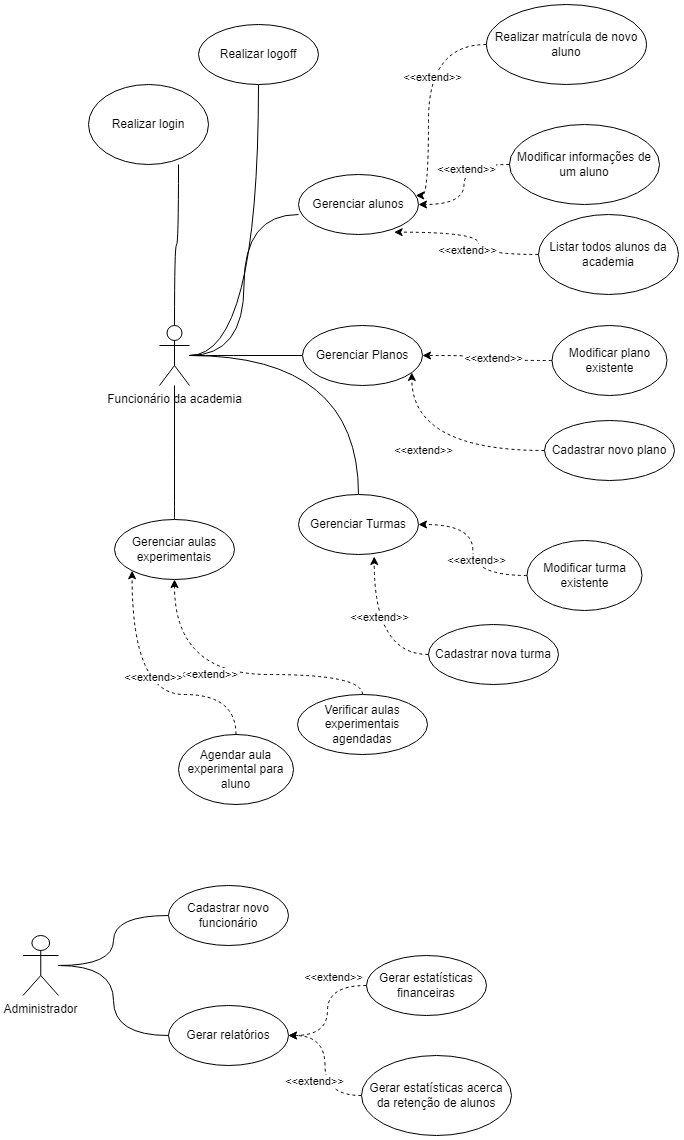
The draw.io diagram Analise/2.2-MCU/mcu-diagrama.png in lucamartins/ufg-ps-sga, before a commit. Source tidied: cells renumbered, new cells last; positions are measured from the earlier drawing's top-left corner, leaving out a move shared by most shapes. Its diagram source:
```xml
<mxGraphModel>
  <root>
    <mxCell id="0" />
    <mxCell id="1" parent="0" />
    <mxCell id="2" style="edgeStyle=orthogonalEdgeStyle;curved=1;rounded=0;jettySize=auto;html=1;entryX=0.75;entryY=1;entryDx=0;entryDy=0;entryPerimeter=0;endArrow=none;endFill=0;" parent="1" edge="1" source="7" target="8">
      <mxGeometry relative="1" as="geometry" />
    </mxCell>
    <mxCell id="3" style="edgeStyle=orthogonalEdgeStyle;curved=1;rounded=0;jettySize=auto;html=1;entryX=0.5;entryY=1;entryDx=0;entryDy=0;endArrow=none;endFill=0;" parent="1" edge="1" source="7" target="33">
      <mxGeometry relative="1" as="geometry" />
    </mxCell>
    <mxCell id="4" style="edgeStyle=orthogonalEdgeStyle;curved=1;rounded=0;jettySize=auto;html=1;entryX=0;entryY=0.667;entryDx=0;entryDy=0;entryPerimeter=0;endArrow=none;endFill=0;" parent="1" edge="1" source="7" target="9">
      <mxGeometry relative="1" as="geometry" />
    </mxCell>
    <mxCell id="5" style="edgeStyle=orthogonalEdgeStyle;curved=1;rounded=0;jettySize=auto;html=1;entryX=0;entryY=0.5;entryDx=0;entryDy=0;endArrow=none;endFill=0;" parent="1" edge="1" source="7" target="19">
      <mxGeometry relative="1" as="geometry" />
    </mxCell>
    <mxCell id="6" style="edgeStyle=orthogonalEdgeStyle;curved=1;rounded=0;jettySize=auto;html=1;endArrow=none;endFill=0;" parent="1" edge="1" source="7" target="26">
      <mxGeometry relative="1" as="geometry" />
    </mxCell>
    <mxCell id="7" value="Funcionário da academia" style="shape=umlActor;verticalLabelPosition=bottom;verticalAlign=top;html=1;outlineConnect=0;" parent="1" vertex="1">
      <mxGeometry x="137" y="321" width="30" height="60" as="geometry" />
    </mxCell>
    <mxCell id="8" value="Realizar login" style="ellipse;whiteSpace=wrap;html=1;" parent="1" vertex="1">
      <mxGeometry x="66" y="80" width="120" height="80" as="geometry" />
    </mxCell>
    <mxCell id="9" value="Gerenciar alunos" style="ellipse;whiteSpace=wrap;html=1;" parent="1" vertex="1">
      <mxGeometry x="276" y="170" width="120" height="60" as="geometry" />
    </mxCell>
    <mxCell id="10" style="edgeStyle=orthogonalEdgeStyle;curved=1;rounded=0;jettySize=auto;html=1;exitX=0;exitY=0.5;exitDx=0;exitDy=0;dashed=1;" parent="1" edge="1" source="12" target="9">
      <mxGeometry relative="1" as="geometry">
        <Array as="points">
          <mxPoint x="406" y="191" />
        </Array>
      </mxGeometry>
    </mxCell>
    <mxCell id="11" value="&amp;lt;&amp;lt;extend&amp;gt;&amp;gt;" style="edgeLabel;html=1;align=center;verticalAlign=middle;" parent="10" vertex="1">
      <mxGeometry x="-0.18" y="3" relative="1" as="geometry" />
    </mxCell>
    <mxCell id="12" value="Realizar matrícula de novo aluno" style="ellipse;whiteSpace=wrap;html=1;" parent="1" vertex="1">
      <mxGeometry x="464" width="160" height="80" as="geometry" />
    </mxCell>
    <mxCell id="13" style="edgeStyle=orthogonalEdgeStyle;curved=1;rounded=0;jettySize=auto;html=1;exitX=0;exitY=0.5;exitDx=0;exitDy=0;dashed=1;entryX=1;entryY=0.5;entryDx=0;entryDy=0;" parent="1" edge="1" source="15" target="9">
      <mxGeometry relative="1" as="geometry" />
    </mxCell>
    <mxCell id="14" value="&amp;lt;&amp;lt;extend&amp;gt;&amp;gt;" style="edgeLabel;html=1;align=center;verticalAlign=middle;" parent="13" vertex="1">
      <mxGeometry x="-0.23" y="2" relative="1" as="geometry" />
    </mxCell>
    <mxCell id="15" value="Modificar informações de um aluno" style="ellipse;whiteSpace=wrap;html=1;" parent="1" vertex="1">
      <mxGeometry x="487" y="120" width="150" height="80" as="geometry" />
    </mxCell>
    <mxCell id="16" style="edgeStyle=orthogonalEdgeStyle;curved=1;rounded=0;jettySize=auto;html=1;exitX=0;exitY=0.5;exitDx=0;exitDy=0;dashed=1;entryX=0.797;entryY=0.961;entryDx=0;entryDy=0;entryPerimeter=0;" parent="1" edge="1" source="18" target="9">
      <mxGeometry relative="1" as="geometry" />
    </mxCell>
    <mxCell id="17" value="&amp;lt;&amp;lt;extend&amp;gt;&amp;gt;" style="edgeLabel;html=1;align=center;verticalAlign=middle;" parent="16" vertex="1">
      <mxGeometry x="-0.22" y="-10" relative="1" as="geometry">
        <mxPoint x="-22" as="offset" />
      </mxGeometry>
    </mxCell>
    <mxCell id="18" value="Listar todos alunos da academia" style="ellipse;whiteSpace=wrap;html=1;" parent="1" vertex="1">
      <mxGeometry x="516" y="210" width="140" height="80" as="geometry" />
    </mxCell>
    <mxCell id="19" value="Gerenciar Planos" style="ellipse;whiteSpace=wrap;html=1;" parent="1" vertex="1">
      <mxGeometry x="280" y="321" width="120" height="60" as="geometry" />
    </mxCell>
    <mxCell id="20" style="edgeStyle=orthogonalEdgeStyle;curved=1;rounded=0;jettySize=auto;html=1;entryX=0.911;entryY=0.783;entryDx=0;entryDy=0;entryPerimeter=0;dashed=1;" parent="1" edge="1" source="22" target="19">
      <mxGeometry relative="1" as="geometry" />
    </mxCell>
    <mxCell id="21" value="&amp;lt;&amp;lt;extend&amp;gt;&amp;gt;" style="edgeLabel;html=1;align=center;verticalAlign=middle;" parent="20" vertex="1">
      <mxGeometry x="0.15" y="-1" relative="1" as="geometry" />
    </mxCell>
    <mxCell id="22" value="Cadastrar novo plano" style="ellipse;whiteSpace=wrap;html=1;" parent="1" vertex="1">
      <mxGeometry x="522" y="416" width="130" height="60" as="geometry" />
    </mxCell>
    <mxCell id="23" style="edgeStyle=orthogonalEdgeStyle;curved=1;rounded=0;jettySize=auto;html=1;entryX=1;entryY=0.5;entryDx=0;entryDy=0;dashed=1;" parent="1" edge="1" source="25" target="19">
      <mxGeometry relative="1" as="geometry" />
    </mxCell>
    <mxCell id="24" value="&amp;lt;&amp;lt;extend&amp;gt;&amp;gt;" style="edgeLabel;html=1;align=center;verticalAlign=middle;" parent="23" vertex="1">
      <mxGeometry x="-0.12" y="-3" relative="1" as="geometry" />
    </mxCell>
    <mxCell id="25" value="Modificar plano existente" style="ellipse;whiteSpace=wrap;html=1;" parent="1" vertex="1">
      <mxGeometry x="529.5" y="321" width="115" height="70" as="geometry" />
    </mxCell>
    <mxCell id="26" value="Gerenciar Turmas" style="ellipse;whiteSpace=wrap;html=1;" parent="1" vertex="1">
      <mxGeometry x="276" y="490" width="120" height="60" as="geometry" />
    </mxCell>
    <mxCell id="27" style="edgeStyle=orthogonalEdgeStyle;curved=1;rounded=0;jettySize=auto;html=1;entryX=0.631;entryY=1.033;entryDx=0;entryDy=0;entryPerimeter=0;endArrow=classic;endFill=1;dashed=1;" parent="1" edge="1" source="29" target="26">
      <mxGeometry relative="1" as="geometry" />
    </mxCell>
    <mxCell id="28" value="&amp;lt;&amp;lt;extend&amp;gt;&amp;gt;" style="edgeLabel;html=1;align=center;verticalAlign=middle;" parent="27" vertex="1">
      <mxGeometry x="0.21" y="-5" relative="1" as="geometry" />
    </mxCell>
    <mxCell id="29" value="Cadastrar nova turma" style="ellipse;whiteSpace=wrap;html=1;" parent="1" vertex="1">
      <mxGeometry x="406" y="620" width="130" height="60" as="geometry" />
    </mxCell>
    <mxCell id="30" style="edgeStyle=orthogonalEdgeStyle;curved=1;rounded=0;jettySize=auto;html=1;dashed=1;" parent="1" edge="1" source="32" target="26">
      <mxGeometry relative="1" as="geometry" />
    </mxCell>
    <mxCell id="31" value="&amp;lt;&amp;lt;extend&amp;gt;&amp;gt;" style="edgeLabel;html=1;align=center;verticalAlign=middle;" parent="30" vertex="1">
      <mxGeometry x="-0.12" y="-3" relative="1" as="geometry" />
    </mxCell>
    <mxCell id="32" value="Modificar turma existente" style="ellipse;whiteSpace=wrap;html=1;" parent="1" vertex="1">
      <mxGeometry x="504.5" y="536" width="115" height="70" as="geometry" />
    </mxCell>
    <mxCell id="33" value="Realizar logoff" style="ellipse;whiteSpace=wrap;html=1;" parent="1" vertex="1">
      <mxGeometry x="176" y="20" width="120" height="60" as="geometry" />
    </mxCell>
    <mxCell id="34" style="edgeStyle=orthogonalEdgeStyle;curved=1;rounded=0;jettySize=auto;html=1;endArrow=none;endFill=0;" parent="1" edge="1" source="35" target="7">
      <mxGeometry relative="1" as="geometry" />
    </mxCell>
    <mxCell id="35" value="Gerenciar aulas experimentais" style="ellipse;whiteSpace=wrap;html=1;" parent="1" vertex="1">
      <mxGeometry x="92" y="515" width="120" height="60" as="geometry" />
    </mxCell>
    <mxCell id="36" style="edgeStyle=orthogonalEdgeStyle;curved=1;rounded=0;jettySize=auto;html=1;entryX=0.5;entryY=1;entryDx=0;entryDy=0;dashed=1;" parent="1" edge="1" source="38" target="35">
      <mxGeometry relative="1" as="geometry">
        <Array as="points">
          <mxPoint x="340" y="670" />
          <mxPoint x="152" y="670" />
        </Array>
      </mxGeometry>
    </mxCell>
    <mxCell id="37" value="&amp;lt;&amp;lt;extend&amp;gt;&amp;gt;" style="edgeLabel;html=1;align=center;verticalAlign=middle;" parent="36" vertex="1">
      <mxGeometry x="0.15" y="-1" relative="1" as="geometry" />
    </mxCell>
    <mxCell id="38" value="Verificar aulas experimentais agendadas" style="ellipse;whiteSpace=wrap;html=1;" parent="1" vertex="1">
      <mxGeometry x="275" y="690" width="130" height="60" as="geometry" />
    </mxCell>
    <mxCell id="39" style="edgeStyle=orthogonalEdgeStyle;curved=1;rounded=0;jettySize=auto;html=1;entryX=0;entryY=1;entryDx=0;entryDy=0;endArrow=classic;endFill=1;dashed=1;" parent="1" edge="1" source="41" target="35">
      <mxGeometry relative="1" as="geometry">
        <Array as="points">
          <mxPoint x="214" y="690" />
          <mxPoint x="110" y="690" />
        </Array>
      </mxGeometry>
    </mxCell>
    <mxCell id="40" value="&amp;lt;&amp;lt;extend&amp;gt;&amp;gt;" style="edgeLabel;html=1;align=center;verticalAlign=middle;" parent="39" vertex="1">
      <mxGeometry x="-0.08" y="-18" relative="1" as="geometry" />
    </mxCell>
    <mxCell id="41" value="Agendar aula experimental para aluno" style="ellipse;whiteSpace=wrap;html=1;" parent="1" vertex="1">
      <mxGeometry x="156" y="730" width="115" height="70" as="geometry" />
    </mxCell>
    <mxCell id="42" value="Gerar relatórios" style="ellipse;whiteSpace=wrap;html=1;" parent="1" vertex="1">
      <mxGeometry x="146" y="1001" width="120" height="60" as="geometry" />
    </mxCell>
    <mxCell id="43" style="edgeStyle=orthogonalEdgeStyle;curved=1;rounded=0;jettySize=auto;html=1;dashed=1;" parent="1" edge="1" source="45" target="42">
      <mxGeometry relative="1" as="geometry" />
    </mxCell>
    <mxCell id="44" value="&amp;lt;&amp;lt;extend&amp;gt;&amp;gt;" style="edgeLabel;html=1;align=center;verticalAlign=middle;" parent="43" vertex="1">
      <mxGeometry x="-0.46" y="-9" relative="1" as="geometry" />
    </mxCell>
    <mxCell id="45" value="Gerar estatísticas financeiras" style="ellipse;whiteSpace=wrap;html=1;" parent="1" vertex="1">
      <mxGeometry x="344" y="951" width="120" height="60" as="geometry" />
    </mxCell>
    <mxCell id="46" style="edgeStyle=orthogonalEdgeStyle;curved=1;rounded=0;jettySize=auto;html=1;entryX=1;entryY=0.5;entryDx=0;entryDy=0;dashed=1;" parent="1" edge="1" source="48" target="42">
      <mxGeometry relative="1" as="geometry" />
    </mxCell>
    <mxCell id="47" value="&amp;lt;&amp;lt;extend&amp;gt;&amp;gt;" style="edgeLabel;html=1;align=center;verticalAlign=middle;" parent="46" vertex="1">
      <mxGeometry x="-0.23" y="11" relative="1" as="geometry" />
    </mxCell>
    <mxCell id="48" value="Gerar estatísticas acerca da retenção de alunos" style="ellipse;whiteSpace=wrap;html=1;" parent="1" vertex="1">
      <mxGeometry x="339" y="1051" width="150" height="80" as="geometry" />
    </mxCell>
    <mxCell id="49" style="edgeStyle=orthogonalEdgeStyle;curved=1;rounded=0;jettySize=auto;html=1;entryX=0;entryY=0.5;entryDx=0;entryDy=0;endArrow=none;endFill=0;" parent="1" edge="1" source="51" target="52">
      <mxGeometry relative="1" as="geometry" />
    </mxCell>
    <mxCell id="50" style="edgeStyle=orthogonalEdgeStyle;curved=1;rounded=0;jettySize=auto;html=1;entryX=0;entryY=0.5;entryDx=0;entryDy=0;endArrow=none;endFill=0;" parent="1" edge="1" source="51" target="42">
      <mxGeometry relative="1" as="geometry" />
    </mxCell>
    <mxCell id="51" value="Administrador" style="shape=umlActor;verticalLabelPosition=bottom;verticalAlign=top;html=1;outlineConnect=0;" parent="1" vertex="1">
      <mxGeometry x="0.5" y="931" width="35.5" height="60" as="geometry" />
    </mxCell>
    <mxCell id="52" value="Cadastrar novo funcionário" style="ellipse;whiteSpace=wrap;html=1;" parent="1" vertex="1">
      <mxGeometry x="146" y="881" width="120" height="60" as="geometry" />
    </mxCell>
  </root>
</mxGraphModel>
```
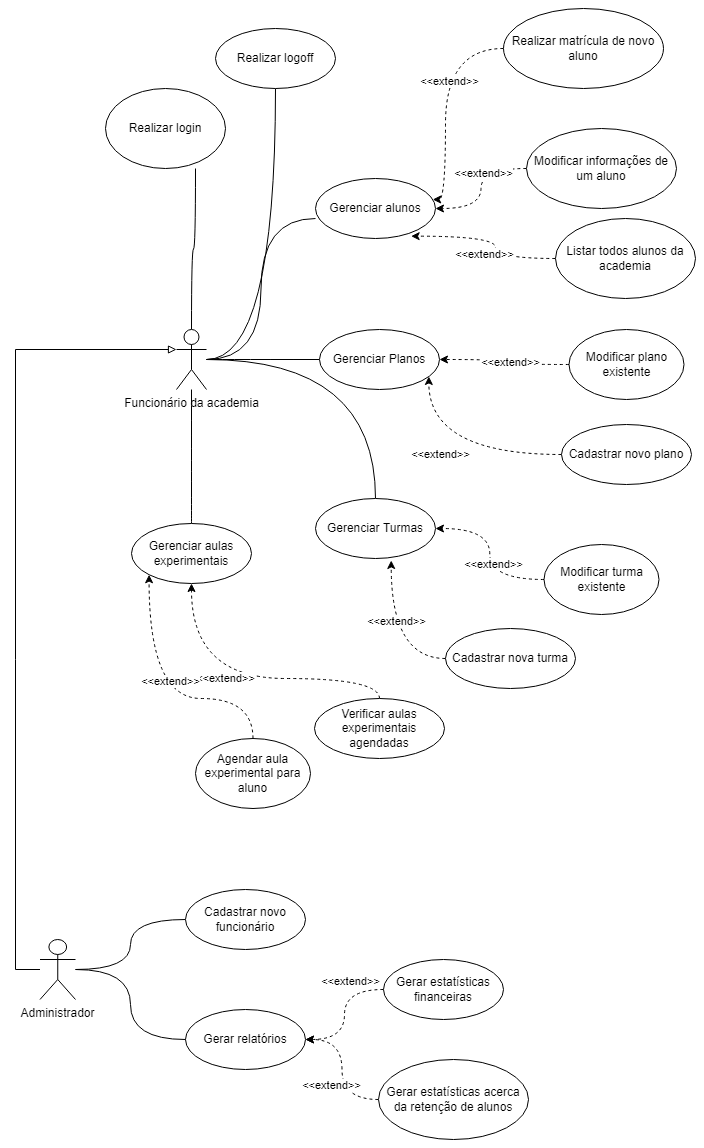
Later version of the same file.

Commit message:
refactor: Correcao relacao entre Administrador e Funcionario

What changed in the source:
```diff
@@ -165,6 +165,14 @@
     <mxCell id="50" style="edgeStyle=orthogonalEdgeStyle;curved=1;rounded=0;jettySize=auto;html=1;entryX=0;entryY=0.5;entryDx=0;entryDy=0;endArrow=none;endFill=0;" parent="1" edge="1" source="51" target="42">
       <mxGeometry relative="1" as="geometry" />
     </mxCell>
+    <mxCell id="53" style="edgeStyle=orthogonalEdgeStyle;rounded=0;jettySize=auto;html=1;entryX=0;entryY=0.3333333333333333;entryDx=0;entryDy=0;entryPerimeter=0;endArrow=block;endFill=0;" parent="1" edge="1" source="51" target="7">
+      <mxGeometry relative="1" as="geometry">
+        <Array as="points">
+          <mxPoint x="-24" y="961" />
+          <mxPoint x="-24" y="341" />
+        </Array>
+      </mxGeometry>
+    </mxCell>
     <mxCell id="51" value="Administrador" style="shape=umlActor;verticalLabelPosition=bottom;verticalAlign=top;html=1;outlineConnect=0;" parent="1" vertex="1">
       <mxGeometry x="0.5" y="931" width="35.5" height="60" as="geometry" />
     </mxCell>
```
